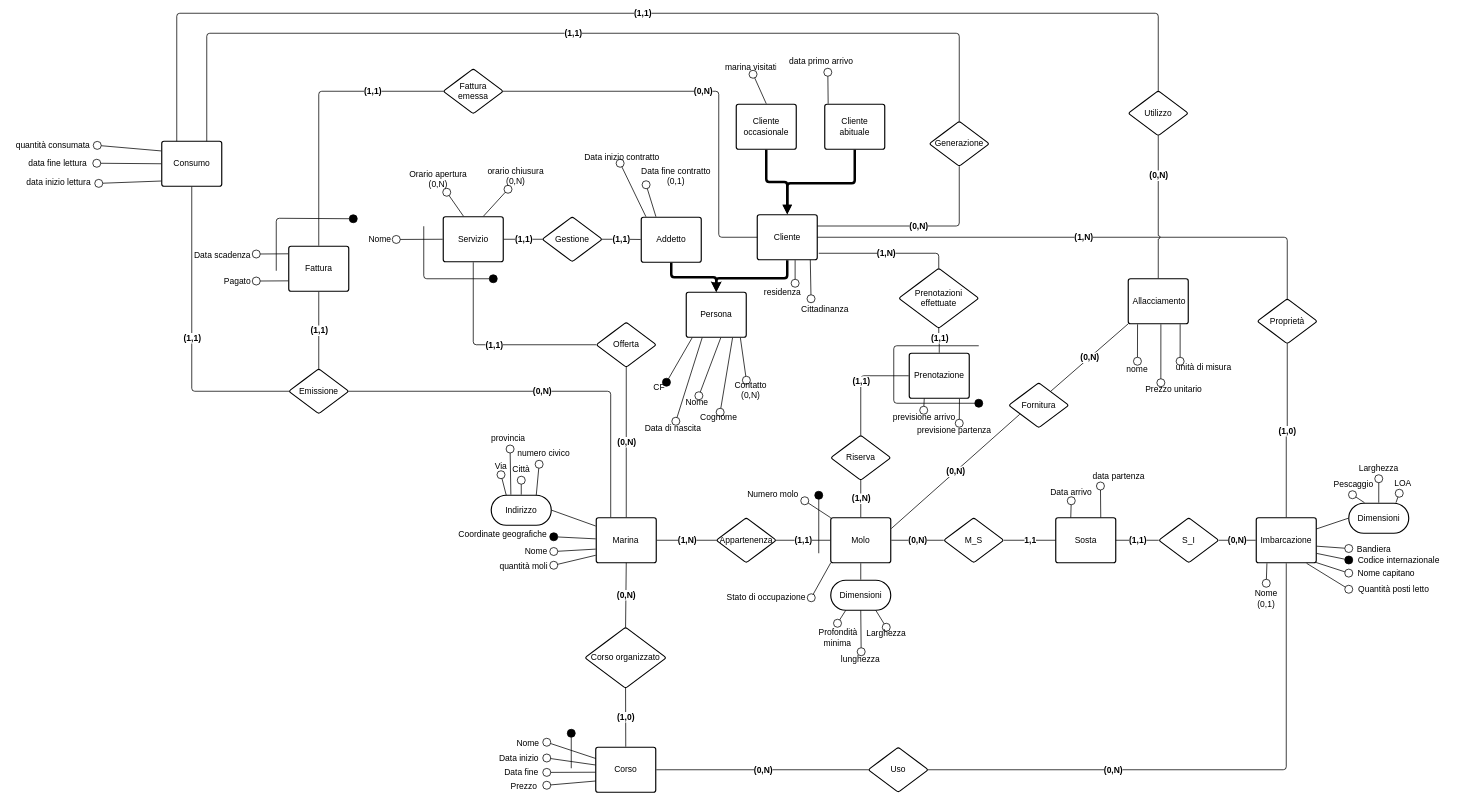
This is page "Concettuale" (1 of 4) of src_relazione_tex/Er.drawio from alessandro-massarenti/Progetto-basi-di-dati-2022, a draw.io file, before an edit. Source tidied: cells renumbered, new cells numbered last; positions are measured from the earlier drawing's top-left corner, leaving out a move shared by most shapes. Both pictures are drawn from the tidied source at 50%, with x=0, y=0 at pixel (8, 13).
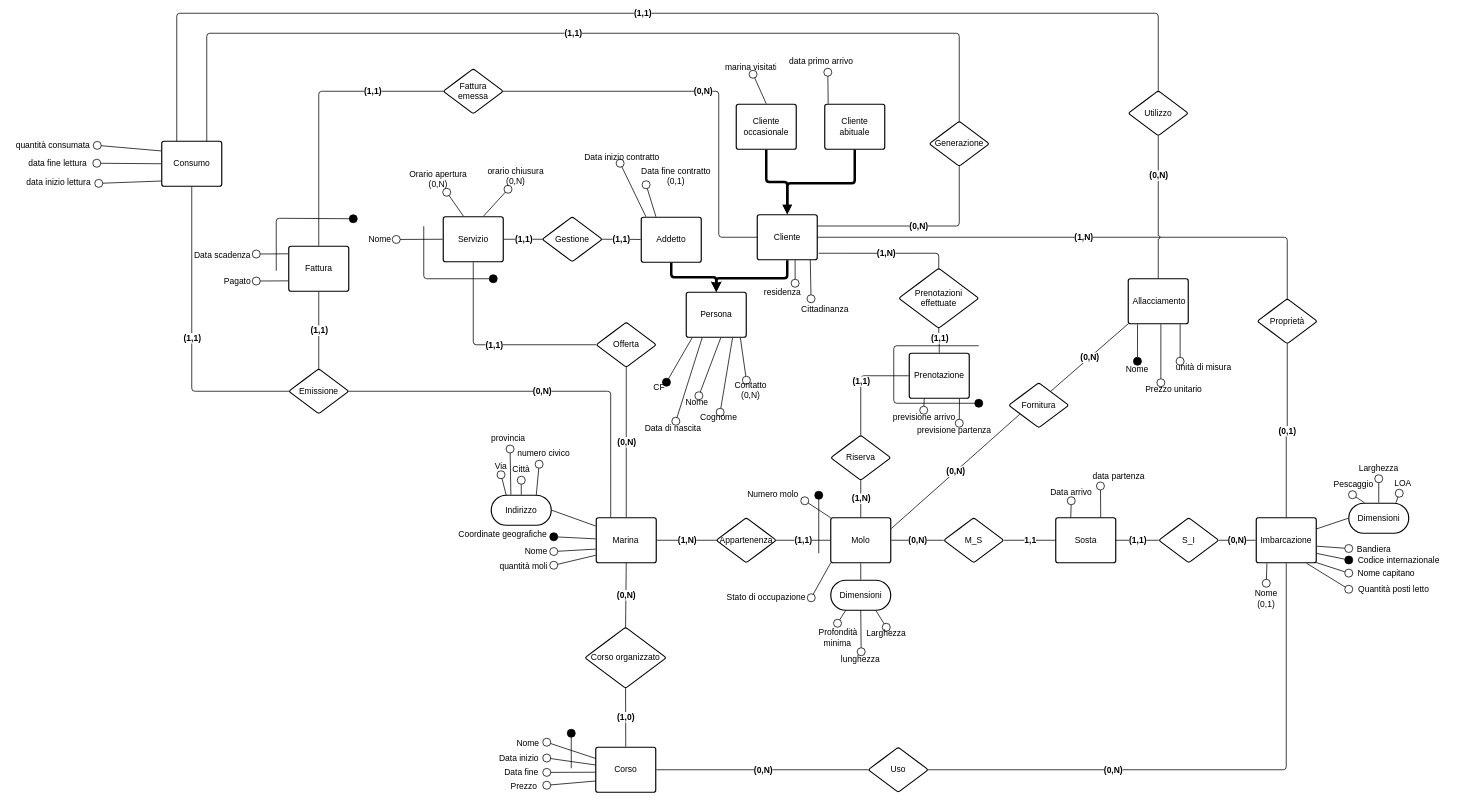
After the change.

Commit message:
Aggiunto un diagramma concettuale ridotto

The change refers to these unchanged cells:
```xml
<mxCell id="43" value="Allacciamento" style="html=1;overflow=block;blockSpacing=1;whiteSpace=wrap;fontSize=17;fontColor=#000000;spacing=9;strokeColor=#000000;strokeOpacity=100;rounded=1;absoluteArcSize=1;arcSize=9;strokeWidth=2.3;" parent="1" vertex="1">
  <mxGeometry x="2239" y="531" width="120" height="90" as="geometry" />
</mxCell>
<mxCell id="163" style="html=1;jettySize=18;whiteSpace=wrap;fontSize=17;fontColor=#000000;fontStyle=1;strokeColor=#000000;strokeWidth=1.5;rounded=1;arcSize=12;edgeStyle=orthogonalEdgeStyle;startArrow=none;endArrow=none;exitX=0.5;exitY=0.996;exitPerimeter=0;entryX=0.5;entryY=-0.012;entryPerimeter=0;" parent="1" edge="1" source="160" target="44">
  <mxGeometry relative="1" as="geometry" />
</mxCell>
```

What changed in the source:
```diff
@@
-    <mxCell id="14" value="nome" style="html=1;overflow=block;blockSpacing=1;whiteSpace=wrap;fontSize=17;fontColor=#000000;spacing=0;fillColor=none;strokeWidth=1.5;strokeColor=none;" parent="1" vertex="1">
+    <mxCell id="14" value="Nome" style="html=1;overflow=block;blockSpacing=1;whiteSpace=wrap;fontSize=17;fontColor=#000000;spacing=0;fillColor=none;strokeWidth=1.5;strokeColor=none;" parent="1" vertex="1">
       <mxGeometry x="2225" y="696" width="64" height="31" as="geometry" />
     </mxCell>
@@
-    <mxCell id="135" style="html=1;jettySize=18;whiteSpace=wrap;fontSize=17;strokeColor=#000000;strokeWidth=1.5;rounded=1;arcSize=12;startArrow=none;endArrow=oval;endFill=0;endSize=16;exitX=0.155;exitY=1.012;exitPerimeter=0;entryX=0.506;entryY=0;entryPerimeter=0;" parent="1" edge="1" source="43" target="14">
+    <mxCell id="135" style="html=1;jettySize=18;whiteSpace=wrap;fontSize=17;strokeColor=#000000;strokeWidth=1.5;rounded=1;arcSize=12;startArrow=none;endArrow=oval;endFill=1;endSize=16;exitX=0.155;exitY=1.012;exitPerimeter=0;entryX=0.506;entryY=0;entryPerimeter=0;" parent="1" edge="1" source="43" target="14">
       <mxGeometry relative="1" as="geometry" />
     </mxCell>
@@
-    <mxCell id="164" value="(1,0)" style="text;html=1;labelBackgroundColor=default;align=center;verticalAlign=middle;fontStyle=1;fontColor=#000000;fontSize=17;" parent="163" vertex="1">
+    <mxCell id="164" value="(0,1)" style="text;html=1;labelBackgroundColor=default;align=center;verticalAlign=middle;fontStyle=1;fontColor=#000000;fontSize=17;" parent="163" vertex="1">
       <mxGeometry relative="1" as="geometry" />
     </mxCell>
```
